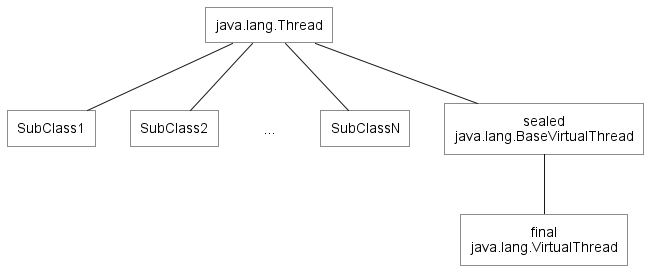
Above: images/thread_class_diagram.png in ti-cortex-m4/demo-java-virtual-threads2 (PlantUML), before the change. The source it was exported from:
```plantuml
@startuml

scale 1.0

skinparam useBetaStyle true

<style>
    card {
        LineColor transparent
    }
}
</style>

skinparam {
    defaultTextAlignment center
    roundCorner 0
    CardBackgroundColor transparent
    RectangleBackgroundColor transparent
    RectangleFontName Arial
}

rectangle "java.lang.Thread" as Thread
rectangle SubClass1
rectangle SubClass2
card "..." as SubClass3
rectangle SubClassN
rectangle "sealed\njava.lang.BaseVirtualThread" as BaseVirtualThread
rectangle "final\njava.lang.VirtualThread" as VirtualThread

Thread -down- SubClass1
Thread -down- SubClass2
Thread -down[#transparent]- SubClass3
Thread -down- SubClassN
Thread -down- BaseVirtualThread
BaseVirtualThread -down- VirtualThread

@enduml
```
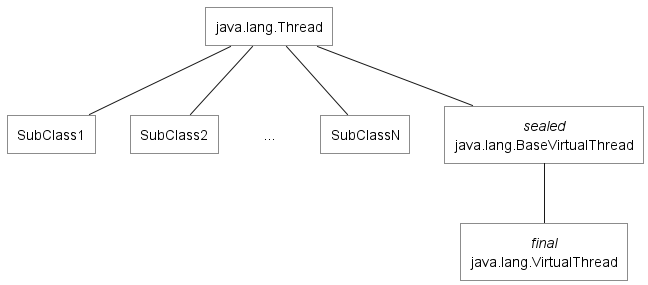
The same file after the commit.

What changed in the source:
```diff
@@ -16,7 +16,7 @@
     roundCorner 0
     CardBackgroundColor transparent
     RectangleBackgroundColor transparent
-    RectangleFontName Arial
+    RectangleFontName Source Sans Pro
 }
 
 rectangle "java.lang.Thread" as Thread
@@ -24,8 +24,8 @@
 rectangle SubClass2
 card "..." as SubClass3
 rectangle SubClassN
-rectangle "sealed\njava.lang.BaseVirtualThread" as BaseVirtualThread
-rectangle "final\njava.lang.VirtualThread" as VirtualThread
+rectangle "<i>sealed</i>\njava.lang.BaseVirtualThread" as BaseVirtualThread
+rectangle "<i>final</i>\njava.lang.VirtualThread" as VirtualThread
 
 Thread -down- SubClass1
 Thread -down- SubClass2
```
